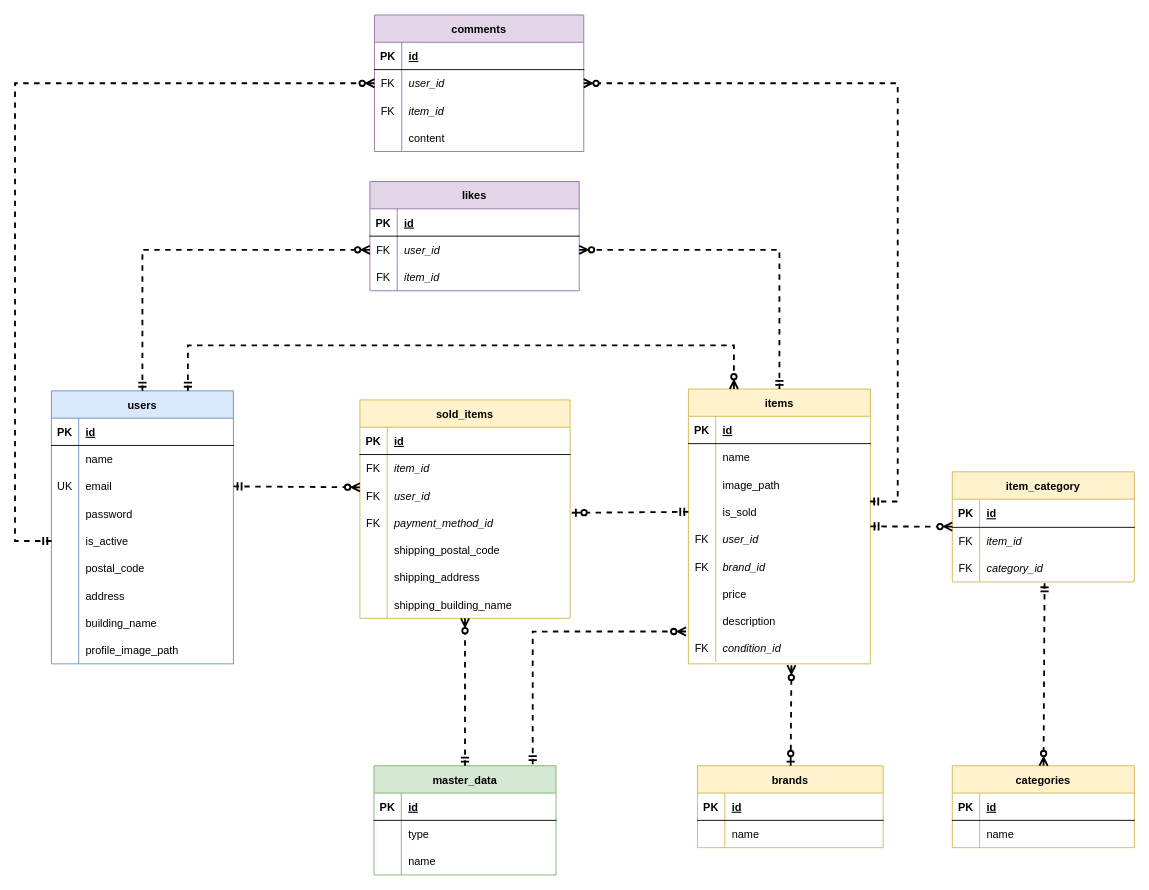
Earlier version of the draw.io diagram database_er_diagram.drawio (nyomya7952-boop/marketplace-laravel). Source tidied: cells renumbered, new cells numbered last; positions are measured from the earlier drawing's top-left corner, leaving out a move shared by most shapes. Both pictures are drawn from the tidied source at 91%, with x=0, y=0 at pixel (15, 15).
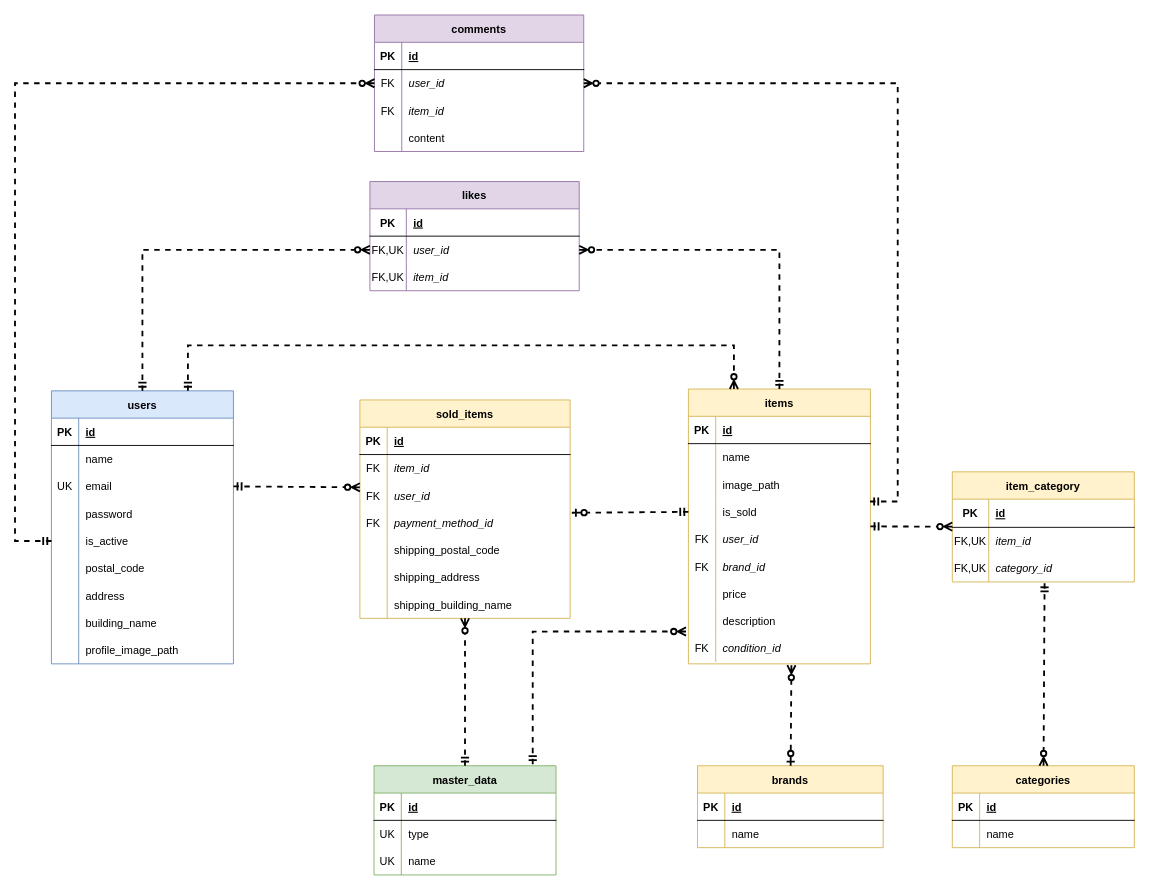
The same diagram, later.

Unchanged cells that the change refers to:
```xml
<mxCell id="48" style="shape=tableRow;horizontal=0;startSize=0;swimlaneHead=0;swimlaneBody=0;fillColor=none;top=0;left=0;right=0;bottom=0;" parent="44" vertex="1">
  <mxGeometry y="60" width="200" height="30" as="geometry" />
</mxCell>
<mxCell id="51" style="shape=tableRow;horizontal=0;startSize=0;swimlaneHead=0;swimlaneBody=0;fillColor=none;top=0;left=0;right=0;bottom=0;" parent="44" vertex="1">
  <mxGeometry y="90" width="200" height="30" as="geometry" />
</mxCell>
<mxCell id="96" style="shape=tableRow;horizontal=0;startSize=0;swimlaneHead=0;swimlaneBody=0;fillColor=none;top=0;left=0;right=0;bottom=1;" parent="95" vertex="1">
  <mxGeometry y="30" width="230" height="30" as="geometry" />
</mxCell>
<mxCell id="99" style="shape=tableRow;horizontal=0;startSize=0;swimlaneHead=0;swimlaneBody=0;fillColor=none;points=[[0,0.5],[1,0.5]];portConstraint=eastwest;top=0;left=0;right=0;bottom=0;" parent="95" vertex="1">
  <mxGeometry y="60" width="230" height="30" as="geometry" />
</mxCell>
<mxCell id="102" style="shape=tableRow;horizontal=0;startSize=0;swimlaneHead=0;swimlaneBody=0;fillColor=none;top=0;left=0;right=0;bottom=0;" parent="95" vertex="1">
  <mxGeometry y="90" width="230" height="30" as="geometry" />
</mxCell>
<mxCell id="130" style="shape=tableRow;horizontal=0;startSize=0;swimlaneHead=0;swimlaneBody=0;fillColor=none;top=0;left=0;right=0;bottom=1;" parent="129" vertex="1">
  <mxGeometry y="30" width="200" height="31" as="geometry" />
</mxCell>
<mxCell id="133" style="shape=tableRow;horizontal=0;startSize=0;swimlaneHead=0;swimlaneBody=0;fillColor=none;top=0;left=0;right=0;bottom=0;" parent="129" vertex="1">
  <mxGeometry y="61" width="200" height="30" as="geometry" />
</mxCell>
<mxCell id="136" style="shape=tableRow;horizontal=0;startSize=0;swimlaneHead=0;swimlaneBody=0;fillColor=none;points=[[0,0.5],[1,0.5]];portConstraint=eastwest;top=0;left=0;right=0;bottom=0;" parent="129" vertex="1">
  <mxGeometry y="91" width="200" height="30" as="geometry" />
</mxCell>
```

The edit, as a diff of the source:
```diff
@@
-    <mxCell id="49" style="shape=partialRectangle;fillColor=none;top=0;left=0;bottom=0;right=0;overflow=hidden;" parent="48" vertex="1">
+    <mxCell id="49" value="UK" style="shape=partialRectangle;fillColor=none;top=0;left=0;bottom=0;right=0;overflow=hidden;" parent="48" vertex="1">
       <mxGeometry width="30" height="30" as="geometry" />
     </mxCell>
@@
-    <mxCell id="52" style="shape=partialRectangle;fillColor=none;top=0;left=0;bottom=0;right=0;overflow=hidden;" parent="51" vertex="1">
+    <mxCell id="52" value="UK" style="shape=partialRectangle;fillColor=none;top=0;left=0;bottom=0;right=0;overflow=hidden;" parent="51" vertex="1">
       <mxGeometry width="30" height="30" as="geometry" />
     </mxCell>
@@
     <mxCell id="97" value="PK" style="shape=partialRectangle;fillColor=none;top=0;left=0;bottom=0;right=0;fontStyle=1;overflow=hidden;" parent="96" vertex="1">
-      <mxGeometry width="30" height="30" as="geometry" />
+      <mxGeometry width="40" height="30" as="geometry" />
     </mxCell>
     <mxCell id="98" value="id" style="shape=partialRectangle;fillColor=none;top=0;left=0;bottom=0;right=0;align=left;spacingLeft=6;fontStyle=5;overflow=hidden;" parent="96" vertex="1">
-      <mxGeometry x="30" width="200" height="30" as="geometry" />
+      <mxGeometry x="40" width="190" height="30" as="geometry" />
     </mxCell>
@@
-    <mxCell id="100" value="FK" style="shape=partialRectangle;fillColor=none;top=0;left=0;bottom=0;right=0;overflow=hidden;" parent="99" vertex="1">
-      <mxGeometry width="30" height="30" as="geometry" />
+    <mxCell id="100" value="FK,UK" style="shape=partialRectangle;fillColor=none;top=0;left=0;bottom=0;right=0;overflow=hidden;" parent="99" vertex="1">
+      <mxGeometry width="40" height="30" as="geometry" />
     </mxCell>
     <mxCell id="101" value="user_id" style="shape=partialRectangle;fillColor=none;top=0;left=0;bottom=0;right=0;align=left;spacingLeft=6;overflow=hidden;fontStyle=2;" parent="99" vertex="1">
-      <mxGeometry x="30" width="200" height="30" as="geometry" />
+      <mxGeometry x="40" width="190" height="30" as="geometry" />
     </mxCell>
@@
-    <mxCell id="103" value="FK" style="shape=partialRectangle;fillColor=none;top=0;left=0;bottom=0;right=0;overflow=hidden;" parent="102" vertex="1">
-      <mxGeometry width="30" height="30" as="geometry" />
+    <mxCell id="103" value="FK,UK" style="shape=partialRectangle;fillColor=none;top=0;left=0;bottom=0;right=0;overflow=hidden;" parent="102" vertex="1">
+      <mxGeometry width="40" height="30" as="geometry" />
     </mxCell>
     <mxCell id="104" value="item_id" style="shape=partialRectangle;fillColor=none;top=0;left=0;bottom=0;right=0;align=left;spacingLeft=6;overflow=hidden;fontStyle=2;" parent="102" vertex="1">
-      <mxGeometry x="30" width="200" height="30" as="geometry" />
+      <mxGeometry x="40" width="190" height="30" as="geometry" />
     </mxCell>
@@
     <mxCell id="131" value="PK" style="shape=partialRectangle;fillColor=none;top=0;left=0;bottom=0;right=0;fontStyle=1;overflow=hidden;" parent="130" vertex="1">
-      <mxGeometry width="30" height="31" as="geometry" />
+      <mxGeometry width="40" height="31" as="geometry" />
     </mxCell>
     <mxCell id="132" value="id" style="shape=partialRectangle;fillColor=none;top=0;left=0;bottom=0;right=0;align=left;spacingLeft=6;fontStyle=5;overflow=hidden;" parent="130" vertex="1">
-      <mxGeometry x="30" width="170" height="31" as="geometry" />
+      <mxGeometry x="40" width="160" height="31" as="geometry" />
     </mxCell>
@@
-    <mxCell id="134" value="FK" style="shape=partialRectangle;fillColor=none;top=0;left=0;bottom=0;right=0;overflow=hidden;" parent="133" vertex="1">
-      <mxGeometry width="30" height="30" as="geometry" />
+    <mxCell id="134" value="FK,UK" style="shape=partialRectangle;fillColor=none;top=0;left=0;bottom=0;right=0;overflow=hidden;" parent="133" vertex="1">
+      <mxGeometry width="40" height="30" as="geometry" />
     </mxCell>
     <mxCell id="135" value="item_id" style="shape=partialRectangle;fillColor=none;top=0;left=0;bottom=0;right=0;align=left;spacingLeft=6;overflow=hidden;fontStyle=2;" parent="133" vertex="1">
-      <mxGeometry x="30" width="170" height="30" as="geometry" />
+      <mxGeometry x="40" width="160" height="30" as="geometry" />
     </mxCell>
@@
-    <mxCell id="137" value="FK" style="shape=partialRectangle;fillColor=none;top=0;left=0;bottom=0;right=0;overflow=hidden;" parent="136" vertex="1">
-      <mxGeometry width="30" height="30" as="geometry" />
+    <mxCell id="137" value="FK,UK" style="shape=partialRectangle;fillColor=none;top=0;left=0;bottom=0;right=0;overflow=hidden;" parent="136" vertex="1">
+      <mxGeometry width="40" height="30" as="geometry" />
     </mxCell>
     <mxCell id="138" value="category_id" style="shape=partialRectangle;fillColor=none;top=0;left=0;bottom=0;right=0;align=left;spacingLeft=6;overflow=hidden;fontStyle=2;" parent="136" vertex="1">
-      <mxGeometry x="30" width="170" height="30" as="geometry" />
+      <mxGeometry x="40" width="160" height="30" as="geometry" />
     </mxCell>
```
